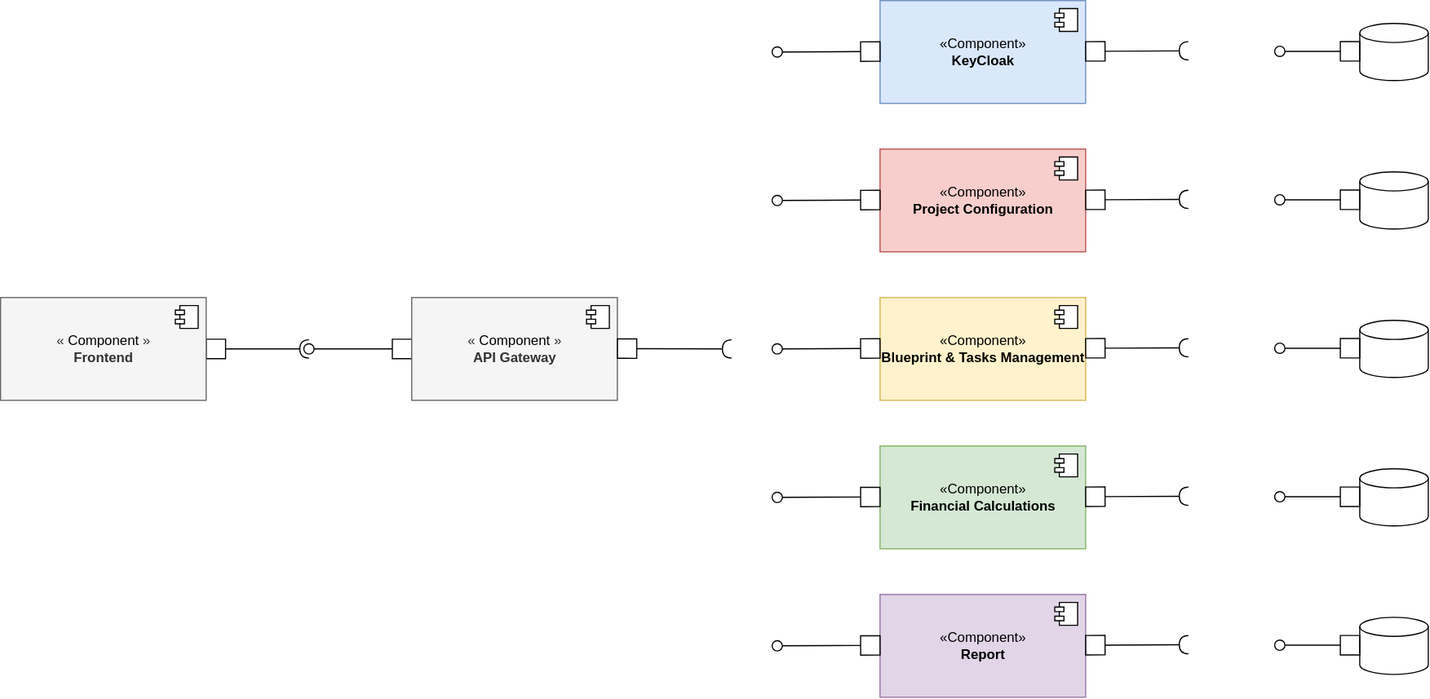
Above: docs/design/components-diagram/component-diagram.dio.svg in dmr4eg/la-infrastructure (draw.io), before the change. Source tidied: cells renumbered, new cells last; positions are measured from the earlier drawing's top-left corner, leaving out a move shared by most shapes.
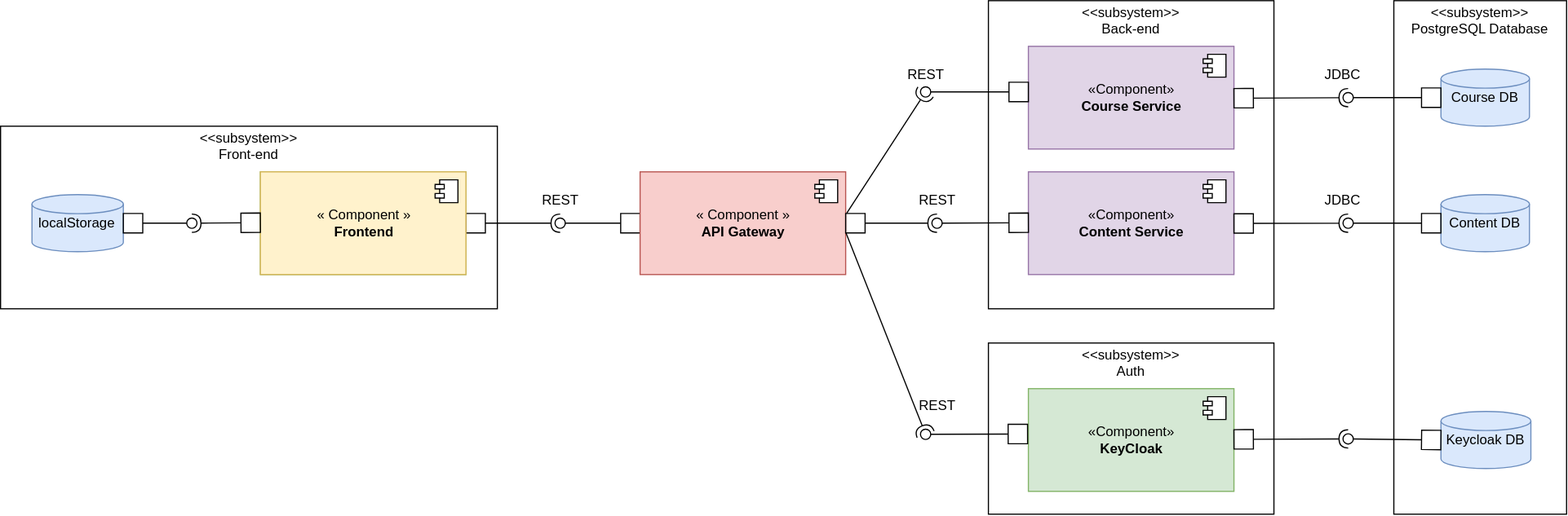
The same file after the commit.

Commit message:
updated component diagram

What changed in the source:
```diff
@@ -2,53 +2,57 @@
   <root>
     <mxCell id="0" />
     <mxCell id="1" parent="0" />
+    <mxCell id="39" value="&lt;p style=&quot;margin:0px;margin-top:4px;text-align:center;&quot;&gt;&lt;/p&gt;&lt;div style=&quot;height:2px;&quot;&gt;&lt;div style=&quot;text-align: center;&quot;&gt;&lt;span style=&quot;background-color: transparent;&quot;&gt;&amp;lt;&amp;lt;subsystem&amp;gt;&amp;gt;&lt;/span&gt;&lt;/div&gt;&lt;div style=&quot;text-align: center;&quot;&gt;&lt;span style=&quot;background-color: transparent;&quot;&gt;Front-end&lt;/span&gt;&lt;/div&gt;&lt;div style=&quot;text-align: center;&quot;&gt;&lt;br&gt;&lt;/div&gt;&lt;/div&gt;" style="verticalAlign=top;align=left;overflow=fill;html=1;whiteSpace=wrap;" parent="1" vertex="1">
+      <mxGeometry x="-110" y="210" width="435" height="160" as="geometry" />
+    </mxCell>
+    <mxCell id="40" value="&lt;p style=&quot;margin:0px;margin-top:4px;text-align:center;&quot;&gt;&lt;/p&gt;&lt;div style=&quot;height:2px;&quot;&gt;&lt;div style=&quot;text-align: center;&quot;&gt;&lt;span style=&quot;background-color: transparent;&quot;&gt;&amp;lt;&amp;lt;subsystem&amp;gt;&amp;gt;&lt;/span&gt;&lt;/div&gt;&lt;div style=&quot;text-align: center;&quot;&gt;&lt;span style=&quot;background-color: transparent;&quot;&gt;PostgreSQL Database&lt;/span&gt;&lt;/div&gt;&lt;div style=&quot;text-align: center;&quot;&gt;&lt;br&gt;&lt;/div&gt;&lt;/div&gt;" style="verticalAlign=top;align=left;overflow=fill;html=1;whiteSpace=wrap;" parent="1" vertex="1">
+      <mxGeometry x="1110" y="100" width="151.2" height="450" as="geometry" />
+    </mxCell>
+    <mxCell id="41" value="&lt;p style=&quot;margin:0px;margin-top:4px;text-align:center;&quot;&gt;&lt;/p&gt;&lt;div style=&quot;height:2px;&quot;&gt;&lt;div style=&quot;text-align: center;&quot;&gt;&lt;span style=&quot;background-color: transparent;&quot;&gt;&amp;lt;&amp;lt;subsystem&amp;gt;&amp;gt;&lt;/span&gt;&lt;/div&gt;&lt;div style=&quot;text-align: center;&quot;&gt;&lt;span style=&quot;background-color: transparent;&quot;&gt;Back-end&lt;/span&gt;&lt;/div&gt;&lt;div style=&quot;text-align: center;&quot;&gt;&lt;br&gt;&lt;/div&gt;&lt;/div&gt;" style="verticalAlign=top;align=left;overflow=fill;html=1;whiteSpace=wrap;" parent="1" vertex="1">
+      <mxGeometry x="755" y="100" width="250" height="270" as="geometry" />
+    </mxCell>
+    <mxCell id="42" value="&lt;p style=&quot;margin:0px;margin-top:4px;text-align:center;&quot;&gt;&lt;/p&gt;&lt;div style=&quot;height:2px;&quot;&gt;&lt;div style=&quot;text-align: center;&quot;&gt;&lt;span style=&quot;background-color: transparent;&quot;&gt;&amp;lt;&amp;lt;subsystem&amp;gt;&amp;gt;&lt;/span&gt;&lt;/div&gt;&lt;div style=&quot;text-align: center;&quot;&gt;&lt;span style=&quot;background-color: transparent;&quot;&gt;Auth&lt;/span&gt;&lt;/div&gt;&lt;div style=&quot;text-align: center;&quot;&gt;&lt;br&gt;&lt;/div&gt;&lt;/div&gt;" style="verticalAlign=top;align=left;overflow=fill;html=1;whiteSpace=wrap;" parent="1" vertex="1">
+      <mxGeometry x="755" y="400" width="250" height="150" as="geometry" />
+    </mxCell>
-    <mxCell id="2" value="«Component»&lt;br&gt;&lt;b&gt;KeyCloak&lt;/b&gt;" style="html=1;fillColor=#dae8fc;strokeColor=#6c8ebf;" parent="1" vertex="1">
-      <mxGeometry x="770" width="180" height="90" as="geometry" />
+    <mxCell id="2" value="«Component»&lt;br&gt;&lt;b&gt;KeyCloak&lt;/b&gt;" style="html=1;fillColor=#d5e8d4;strokeColor=#82b366;" parent="1" vertex="1">
+      <mxGeometry x="790" y="440" width="180" height="90" as="geometry" />
     </mxCell>
     <mxCell id="3" style="shape=module;jettyWidth=8;jettyHeight=4;" parent="2" vertex="1">
       <mxGeometry x="1" width="20" height="20" relative="1" as="geometry">
         <mxPoint x="-27" y="7" as="offset" />
       </mxGeometry>
     </mxCell>
-    <mxCell id="4" value="«Component»&lt;br&gt;&lt;b&gt;Project Configuration&lt;/b&gt;" style="html=1;fillColor=#f8cecc;strokeColor=#b85450;" parent="1" vertex="1">
-      <mxGeometry x="770" y="130" width="180" height="90" as="geometry" />
+    <mxCell id="4" value="«Component»&lt;br&gt;&lt;b&gt;Course Service&lt;/b&gt;" style="html=1;fillColor=#e1d5e7;strokeColor=#9673a6;" parent="1" vertex="1">
+      <mxGeometry x="790" y="140" width="180" height="90" as="geometry" />
     </mxCell>
     <mxCell id="5" style="shape=module;jettyWidth=8;jettyHeight=4;" parent="4" vertex="1">
       <mxGeometry x="1" width="20" height="20" relative="1" as="geometry">
         <mxPoint x="-27" y="7" as="offset" />
       </mxGeometry>
     </mxCell>
-    <mxCell id="6" value="«Component»&lt;br&gt;&lt;b&gt;Blueprint &amp;amp; Tasks Management&lt;/b&gt;" style="html=1;fillColor=#fff2cc;strokeColor=#d6b656;" parent="1" vertex="1">
-      <mxGeometry x="770" y="260" width="180" height="90" as="geometry" />
+    <mxCell id="6" value="«Component»&lt;br&gt;&lt;b&gt;Content Service&lt;/b&gt;" style="html=1;fillColor=#e1d5e7;strokeColor=#9673a6;" parent="1" vertex="1">
+      <mxGeometry x="790" y="250" width="180" height="90" as="geometry" />
     </mxCell>
     <mxCell id="7" style="shape=module;jettyWidth=8;jettyHeight=4;" parent="6" vertex="1">
       <mxGeometry x="1" width="20" height="20" relative="1" as="geometry">
         <mxPoint x="-27" y="7" as="offset" />
       </mxGeometry>
     </mxCell>
-    <mxCell id="8" value="«Component»&lt;br&gt;&lt;b&gt;Financial Calculations&lt;/b&gt;" style="html=1;fillColor=#d5e8d4;strokeColor=#82b366;" parent="1" vertex="1">
-      <mxGeometry x="770" y="390" width="180" height="90" as="geometry" />
+    <mxCell id="8" value="«Component»&lt;br&gt;&lt;b&gt;Front-end&lt;/b&gt;" style="html=1;fillColor=#d5e8d4;strokeColor=#82b366;" parent="1" vertex="1">
+      <mxGeometry x="117.5" y="250" width="180" height="90" as="geometry" />
     </mxCell>
     <mxCell id="9" style="shape=module;jettyWidth=8;jettyHeight=4;" parent="8" vertex="1">
       <mxGeometry x="1" width="20" height="20" relative="1" as="geometry">
         <mxPoint x="-27" y="7" as="offset" />
       </mxGeometry>
     </mxCell>
-    <mxCell id="10" value="«Component»&lt;br&gt;&lt;b&gt;Report&lt;/b&gt;" style="html=1;fillColor=#e1d5e7;strokeColor=#9673a6;" parent="1" vertex="1">
-      <mxGeometry x="770" y="520" width="180" height="90" as="geometry" />
-    </mxCell>
-    <mxCell id="11" style="shape=module;jettyWidth=8;jettyHeight=4;" parent="10" vertex="1">
-      <mxGeometry x="1" width="20" height="20" relative="1" as="geometry">
-        <mxPoint x="-27" y="7" as="offset" />
-      </mxGeometry>
-    </mxCell>
     <mxCell id="12" style="edgeStyle=none;html=1;endArrow=oval;endFill=0;endSize=9;startSize=15;startArrow=box;startFill=0;" parent="1" edge="1" source="13">
       <mxGeometry relative="1" as="geometry">
-        <mxPoint x="270" y="305" as="targetPoint" />
+        <mxPoint x="380" y="295" as="targetPoint" />
       </mxGeometry>
     </mxCell>
-    <mxCell id="13" value="«&lt;span style=&quot;color: rgb(0, 0, 0);&quot;&gt;Component&lt;/span&gt;»&lt;br&gt;&lt;b&gt;API Gateway&lt;/b&gt;" style="html=1;fillColor=#f5f5f5;strokeColor=#666666;fontColor=#333333;" parent="1" vertex="1">
-      <mxGeometry x="360" y="260" width="180" height="90" as="geometry" />
+    <mxCell id="13" value="«&lt;span style=&quot;color: rgb(0, 0, 0);&quot;&gt;Component&lt;/span&gt;»&lt;br&gt;&lt;b&gt;API Gateway&lt;/b&gt;" style="html=1;fillColor=#f8cecc;strokeColor=#b85450;" parent="1" vertex="1">
+      <mxGeometry x="450" y="250" width="180" height="90" as="geometry" />
     </mxCell>
     <mxCell id="14" style="shape=module;jettyWidth=8;jettyHeight=4;" parent="13" vertex="1">
       <mxGeometry x="1" width="20" height="20" relative="1" as="geometry">
@@ -57,127 +61,122 @@
     </mxCell>
     <mxCell id="15" style="edgeStyle=none;html=1;endArrow=halfCircle;endFill=0;startArrow=box;startFill=0;endSize=6;targetPerimeterSpacing=0;sourcePerimeterSpacing=0;startSize=15;" parent="1" edge="1" source="16">
       <mxGeometry relative="1" as="geometry">
-        <mxPoint x="270" y="305" as="targetPoint" />
+        <mxPoint x="380" y="295" as="targetPoint" />
       </mxGeometry>
     </mxCell>
-    <mxCell id="16" value="«&lt;span style=&quot;color: rgb(0, 0, 0);&quot;&gt;Component&lt;/span&gt;»&lt;br&gt;&lt;b&gt;Frontend&lt;/b&gt;" style="html=1;fillColor=#f5f5f5;strokeColor=#666666;fontColor=#333333;" parent="1" vertex="1">
-      <mxGeometry y="260" width="180" height="90" as="geometry" />
+    <mxCell id="16" value="«&lt;span style=&quot;color: rgb(0, 0, 0);&quot;&gt;Component&lt;/span&gt;»&lt;br&gt;&lt;b&gt;Frontend&lt;/b&gt;" style="html=1;fillColor=#fff2cc;strokeColor=#d6b656;" parent="1" vertex="1">
+      <mxGeometry x="117.5" y="250" width="180" height="90" as="geometry" />
     </mxCell>
     <mxCell id="17" style="shape=module;jettyWidth=8;jettyHeight=4;" parent="16" vertex="1">
       <mxGeometry x="1" width="20" height="20" relative="1" as="geometry">
         <mxPoint x="-27" y="7" as="offset" />
       </mxGeometry>
     </mxCell>
-    <mxCell id="18" style="edgeStyle=none;html=1;endArrow=halfCircle;endFill=0;startArrow=box;startFill=0;endSize=6;targetPerimeterSpacing=0;sourcePerimeterSpacing=0;startSize=15;" parent="1" edge="1">
+    <mxCell id="18" style="edgeStyle=none;html=1;endArrow=halfCircle;endFill=0;startArrow=box;startFill=0;endSize=6;targetPerimeterSpacing=0;sourcePerimeterSpacing=0;startSize=15;exitX=1;exitY=0.5;exitDx=0;exitDy=0;" parent="1" edge="1" source="13">
       <mxGeometry relative="1" as="geometry">
-        <mxPoint x="540" y="304.7" as="sourcePoint" />
-        <mxPoint x="640" y="305" as="targetPoint" />
+        <mxPoint x="710" y="295" as="targetPoint" />
       </mxGeometry>
     </mxCell>
-    <mxCell id="19" style="edgeStyle=none;html=1;endArrow=oval;endFill=0;endSize=9;startSize=15;startArrow=box;startFill=0;" parent="1" edge="1">
-      <mxGeometry relative="1" as="geometry">
-        <mxPoint x="770" y="564.6" as="sourcePoint" />
-        <mxPoint x="680" y="565" as="targetPoint" />
-      </mxGeometry>
-    </mxCell>
-    <mxCell id="20" style="edgeStyle=none;html=1;endArrow=oval;endFill=0;endSize=9;startSize=15;startArrow=box;startFill=0;" parent="1" edge="1">
+    <mxCell id="20" style="edgeStyle=none;html=1;endArrow=halfCircle;endFill=0;endSize=6;startSize=15;startArrow=box;startFill=0;" parent="1" edge="1">
       <mxGeometry relative="1" as="geometry">
-        <mxPoint x="770" y="434.6" as="sourcePoint" />
-        <mxPoint x="680" y="435" as="targetPoint" />
+        <mxPoint x="117.5" y="294.6" as="sourcePoint" />
+        <mxPoint x="57.5" y="295" as="targetPoint" />
       </mxGeometry>
     </mxCell>
     <mxCell id="21" style="edgeStyle=none;html=1;endArrow=oval;endFill=0;endSize=9;startSize=15;startArrow=box;startFill=0;" parent="1" edge="1">
       <mxGeometry relative="1" as="geometry">
-        <mxPoint x="770" y="304.6" as="sourcePoint" />
-        <mxPoint x="680" y="305" as="targetPoint" />
+        <mxPoint x="790" y="294.6" as="sourcePoint" />
+        <mxPoint x="710" y="295" as="targetPoint" />
       </mxGeometry>
     </mxCell>
     <mxCell id="22" style="edgeStyle=none;html=1;endArrow=oval;endFill=0;endSize=9;startSize=15;startArrow=box;startFill=0;" parent="1" edge="1">
       <mxGeometry relative="1" as="geometry">
-        <mxPoint x="770" y="174.6" as="sourcePoint" />
-        <mxPoint x="680" y="175" as="targetPoint" />
+        <mxPoint x="790" y="180" as="sourcePoint" />
+        <mxPoint x="700" y="180" as="targetPoint" />
       </mxGeometry>
     </mxCell>
-    <mxCell id="23" style="edgeStyle=none;html=1;endArrow=oval;endFill=0;endSize=9;startSize=15;startArrow=box;startFill=0;" parent="1" edge="1">
+    <mxCell id="23" style="edgeStyle=none;html=1;endArrow=oval;endFill=0;endSize=9;startSize=15;startArrow=box;startFill=0;exitX=-0.004;exitY=0.441;exitDx=0;exitDy=0;exitPerimeter=0;" parent="1" edge="1" source="2">
       <mxGeometry relative="1" as="geometry">
-        <mxPoint x="770" y="44.6" as="sourcePoint" />
-        <mxPoint x="680" y="45" as="targetPoint" />
+        <mxPoint x="700" y="480" as="targetPoint" />
       </mxGeometry>
     </mxCell>
-    <mxCell id="24" style="strokeWidth=1;html=1;shape=mxgraph.flowchart.database;whiteSpace=wrap;" parent="1" vertex="1">
-      <mxGeometry x="1190" y="20" width="60" height="50" as="geometry" />
-    </mxCell>
-    <mxCell id="25" style="strokeWidth=1;html=1;shape=mxgraph.flowchart.database;whiteSpace=wrap;" parent="1" vertex="1">
-      <mxGeometry x="1190" y="150" width="60" height="50" as="geometry" />
+    <mxCell id="25" value="Course DB" style="strokeWidth=1;html=1;shape=mxgraph.flowchart.database;whiteSpace=wrap;fillColor=#dae8fc;strokeColor=#6c8ebf;" parent="1" vertex="1">
+      <mxGeometry x="1151.2" y="160" width="77.5" height="50" as="geometry" />
     </mxCell>
-    <mxCell id="26" style="strokeWidth=1;html=1;shape=mxgraph.flowchart.database;whiteSpace=wrap;" parent="1" vertex="1">
-      <mxGeometry x="1190" y="280" width="60" height="50" as="geometry" />
+    <mxCell id="26" value="&lt;span style=&quot;color: rgb(0, 0, 0);&quot;&gt;Content DB&lt;/span&gt;" style="strokeWidth=1;html=1;shape=mxgraph.flowchart.database;whiteSpace=wrap;fillColor=#dae8fc;strokeColor=#6c8ebf;" parent="1" vertex="1">
+      <mxGeometry x="1151.2" y="270" width="77.5" height="50" as="geometry" />
     </mxCell>
-    <mxCell id="27" style="strokeWidth=1;html=1;shape=mxgraph.flowchart.database;whiteSpace=wrap;" parent="1" vertex="1">
-      <mxGeometry x="1190" y="410" width="60" height="50" as="geometry" />
+    <mxCell id="27" value="&lt;span style=&quot;color: rgb(0, 0, 0);&quot;&gt;Keycloak DB&lt;/span&gt;" style="strokeWidth=1;html=1;shape=mxgraph.flowchart.database;whiteSpace=wrap;fillColor=#dae8fc;strokeColor=#6c8ebf;" parent="1" vertex="1">
+      <mxGeometry x="1151.2" y="460" width="78.8" height="50" as="geometry" />
     </mxCell>
-    <mxCell id="28" style="strokeWidth=1;html=1;shape=mxgraph.flowchart.database;whiteSpace=wrap;" parent="1" vertex="1">
-      <mxGeometry x="1190" y="540" width="60" height="50" as="geometry" />
+    <mxCell id="28" value="localStorage" style="strokeWidth=1;html=1;shape=mxgraph.flowchart.database;whiteSpace=wrap;fillColor=#dae8fc;strokeColor=#6c8ebf;" parent="1" vertex="1">
+      <mxGeometry x="-82.5" y="270" width="80" height="50" as="geometry" />
     </mxCell>
-    <mxCell id="29" style="edgeStyle=none;html=1;endArrow=oval;endFill=0;endSize=9;startSize=15;startArrow=box;startFill=0;" parent="1" edge="1">
+    <mxCell id="29" style="edgeStyle=none;html=1;endArrow=oval;endFill=0;endSize=9;startSize=15;startArrow=box;startFill=0;exitX=0;exitY=0.5;exitDx=0;exitDy=0;exitPerimeter=0;" parent="1" edge="1" source="26">
       <mxGeometry relative="1" as="geometry">
-        <mxPoint x="1190" y="304.4" as="sourcePoint" />
-        <mxPoint x="1120" y="304.4" as="targetPoint" />
+        <mxPoint x="1070" y="295" as="targetPoint" />
       </mxGeometry>
     </mxCell>
-    <mxCell id="30" style="edgeStyle=none;html=1;endArrow=oval;endFill=0;endSize=9;startSize=15;startArrow=box;startFill=0;" parent="1" edge="1">
+    <mxCell id="30" style="edgeStyle=none;html=1;endArrow=oval;endFill=0;endSize=9;startSize=15;startArrow=box;startFill=0;exitX=0;exitY=0.5;exitDx=0;exitDy=0;exitPerimeter=0;" parent="1" edge="1" source="25">
       <mxGeometry relative="1" as="geometry">
-        <mxPoint x="1190" y="174.4" as="sourcePoint" />
-        <mxPoint x="1120" y="174.4" as="targetPoint" />
+        <mxPoint x="1070" y="185" as="targetPoint" />
       </mxGeometry>
     </mxCell>
-    <mxCell id="31" style="edgeStyle=none;html=1;endArrow=oval;endFill=0;endSize=9;startSize=15;startArrow=box;startFill=0;" parent="1" edge="1">
-      <mxGeometry relative="1" as="geometry">
-        <mxPoint x="1190" y="44.4" as="sourcePoint" />
-        <mxPoint x="1120" y="44.4" as="targetPoint" />
-      </mxGeometry>
-    </mxCell>
-    <mxCell id="32" style="edgeStyle=none;html=1;endArrow=oval;endFill=0;endSize=9;startSize=15;startArrow=box;startFill=0;" parent="1" edge="1">
+    <mxCell id="32" style="edgeStyle=none;html=1;endArrow=oval;endFill=0;endSize=9;startSize=15;startArrow=box;startFill=0;exitX=0;exitY=0.5;exitDx=0;exitDy=0;exitPerimeter=0;" parent="1" edge="1" source="27">
       <mxGeometry relative="1" as="geometry">
-        <mxPoint x="1190" y="434.4" as="sourcePoint" />
-        <mxPoint x="1120" y="434.4" as="targetPoint" />
+        <mxPoint x="1070" y="484" as="targetPoint" />
       </mxGeometry>
     </mxCell>
-    <mxCell id="33" style="edgeStyle=none;html=1;endArrow=oval;endFill=0;endSize=9;startSize=15;startArrow=box;startFill=0;" parent="1" edge="1">
+    <mxCell id="33" style="edgeStyle=none;html=1;endArrow=oval;endFill=0;endSize=9;startSize=15;startArrow=box;startFill=0;exitX=1;exitY=0.5;exitDx=0;exitDy=0;exitPerimeter=0;" parent="1" edge="1" source="28">
       <mxGeometry relative="1" as="geometry">
-        <mxPoint x="1190" y="564.4" as="sourcePoint" />
-        <mxPoint x="1120" y="564.4" as="targetPoint" />
+        <mxPoint x="57.5" y="295" as="targetPoint" />
       </mxGeometry>
     </mxCell>
     <mxCell id="34" style="edgeStyle=none;html=1;endArrow=halfCircle;endFill=0;startArrow=box;startFill=0;endSize=6;targetPerimeterSpacing=0;sourcePerimeterSpacing=0;startSize=15;" parent="1" edge="1">
       <mxGeometry relative="1" as="geometry">
-        <mxPoint x="950" y="44.4" as="sourcePoint" />
-        <mxPoint x="1040" y="44" as="targetPoint" />
+        <mxPoint x="970" y="484.4" as="sourcePoint" />
+        <mxPoint x="1070" y="484" as="targetPoint" />
       </mxGeometry>
     </mxCell>
-    <mxCell id="35" style="edgeStyle=none;html=1;endArrow=halfCircle;endFill=0;startArrow=box;startFill=0;endSize=6;targetPerimeterSpacing=0;sourcePerimeterSpacing=0;startSize=15;" parent="1" edge="1">
+    <mxCell id="35" style="edgeStyle=none;html=1;endArrow=halfCircle;endFill=0;startArrow=box;startFill=0;endSize=6;targetPerimeterSpacing=0;sourcePerimeterSpacing=0;startSize=15;exitX=1;exitY=0.5;exitDx=0;exitDy=0;" parent="1" edge="1">
       <mxGeometry relative="1" as="geometry">
-        <mxPoint x="950" y="174.4" as="sourcePoint" />
-        <mxPoint x="1040" y="174" as="targetPoint" />
+        <mxPoint x="970" y="185.5" as="sourcePoint" />
+        <mxPoint x="1070" y="185" as="targetPoint" />
       </mxGeometry>
     </mxCell>
     <mxCell id="36" style="edgeStyle=none;html=1;endArrow=halfCircle;endFill=0;startArrow=box;startFill=0;endSize=6;targetPerimeterSpacing=0;sourcePerimeterSpacing=0;startSize=15;" parent="1" edge="1">
       <mxGeometry relative="1" as="geometry">
-        <mxPoint x="950" y="304.4" as="sourcePoint" />
-        <mxPoint x="1040" y="304" as="targetPoint" />
+        <mxPoint x="970" y="295.2" as="sourcePoint" />
+        <mxPoint x="1070" y="295" as="targetPoint" />
       </mxGeometry>
     </mxCell>
-    <mxCell id="37" style="edgeStyle=none;html=1;endArrow=halfCircle;endFill=0;startArrow=box;startFill=0;endSize=6;targetPerimeterSpacing=0;sourcePerimeterSpacing=0;startSize=15;" parent="1" edge="1">
-      <mxGeometry relative="1" as="geometry">
-        <mxPoint x="950" y="434.4" as="sourcePoint" />
-        <mxPoint x="1040" y="434" as="targetPoint" />
-      </mxGeometry>
-    </mxCell>
-    <mxCell id="38" style="edgeStyle=none;html=1;endArrow=halfCircle;endFill=0;startArrow=box;startFill=0;endSize=6;targetPerimeterSpacing=0;sourcePerimeterSpacing=0;startSize=15;" parent="1" edge="1">
-      <mxGeometry relative="1" as="geometry">
-        <mxPoint x="950" y="564.4" as="sourcePoint" />
-        <mxPoint x="1040" y="564" as="targetPoint" />
-      </mxGeometry>
-    </mxCell>
+    <mxCell id="43" style="edgeStyle=none;html=1;endArrow=halfCircle;endFill=0;startArrow=none;startFill=0;endSize=6;targetPerimeterSpacing=0;sourcePerimeterSpacing=0;startSize=15;jumpSize=0;strokeWidth=1;exitX=1.002;exitY=0.597;exitDx=0;exitDy=0;exitPerimeter=0;" parent="1" edge="1" source="13">
+      <mxGeometry relative="1" as="geometry">
+        <mxPoint x="700" y="480" as="targetPoint" />
+      </mxGeometry>
+    </mxCell>
+    <mxCell id="44" style="edgeStyle=none;html=1;endArrow=halfCircle;endFill=0;startArrow=none;startFill=0;endSize=6;targetPerimeterSpacing=0;sourcePerimeterSpacing=0;startSize=15;jumpSize=0;strokeWidth=1;exitX=1.005;exitY=0.403;exitDx=0;exitDy=0;exitPerimeter=0;" parent="1" edge="1" source="13">
+      <mxGeometry relative="1" as="geometry">
+        <mxPoint x="700" y="180" as="targetPoint" />
+      </mxGeometry>
+    </mxCell>
+    <mxCell id="45" value="REST" style="text;html=1;align=center;verticalAlign=middle;strokeColor=none;fillColor=none;" parent="1" vertex="1">
+      <mxGeometry x="670" y="150" width="60" height="30" as="geometry" />
+    </mxCell>
+    <mxCell id="46" value="REST" style="text;html=1;align=center;verticalAlign=middle;strokeColor=none;fillColor=none;" parent="1" vertex="1">
+      <mxGeometry x="680" y="260" width="60" height="30" as="geometry" />
+    </mxCell>
+    <mxCell id="47" value="REST" style="text;html=1;align=center;verticalAlign=middle;strokeColor=none;fillColor=none;" parent="1" vertex="1">
+      <mxGeometry x="680" y="440" width="60" height="30" as="geometry" />
+    </mxCell>
+    <mxCell id="48" value="JDBC" style="text;html=1;align=center;verticalAlign=middle;strokeColor=none;fillColor=none;" parent="1" vertex="1">
+      <mxGeometry x="1040" y="150" width="50" height="30" as="geometry" />
+    </mxCell>
+    <mxCell id="49" value="JDBC" style="text;html=1;align=center;verticalAlign=middle;strokeColor=none;fillColor=none;" parent="1" vertex="1">
+      <mxGeometry x="1040" y="260" width="50" height="30" as="geometry" />
+    </mxCell>
+    <mxCell id="50" value="REST" style="text;html=1;align=center;verticalAlign=middle;strokeColor=none;fillColor=none;" parent="1" vertex="1">
+      <mxGeometry x="350" y="260" width="60" height="30" as="geometry" />
+    </mxCell>
   </root>
 </mxGraphModel>
```
